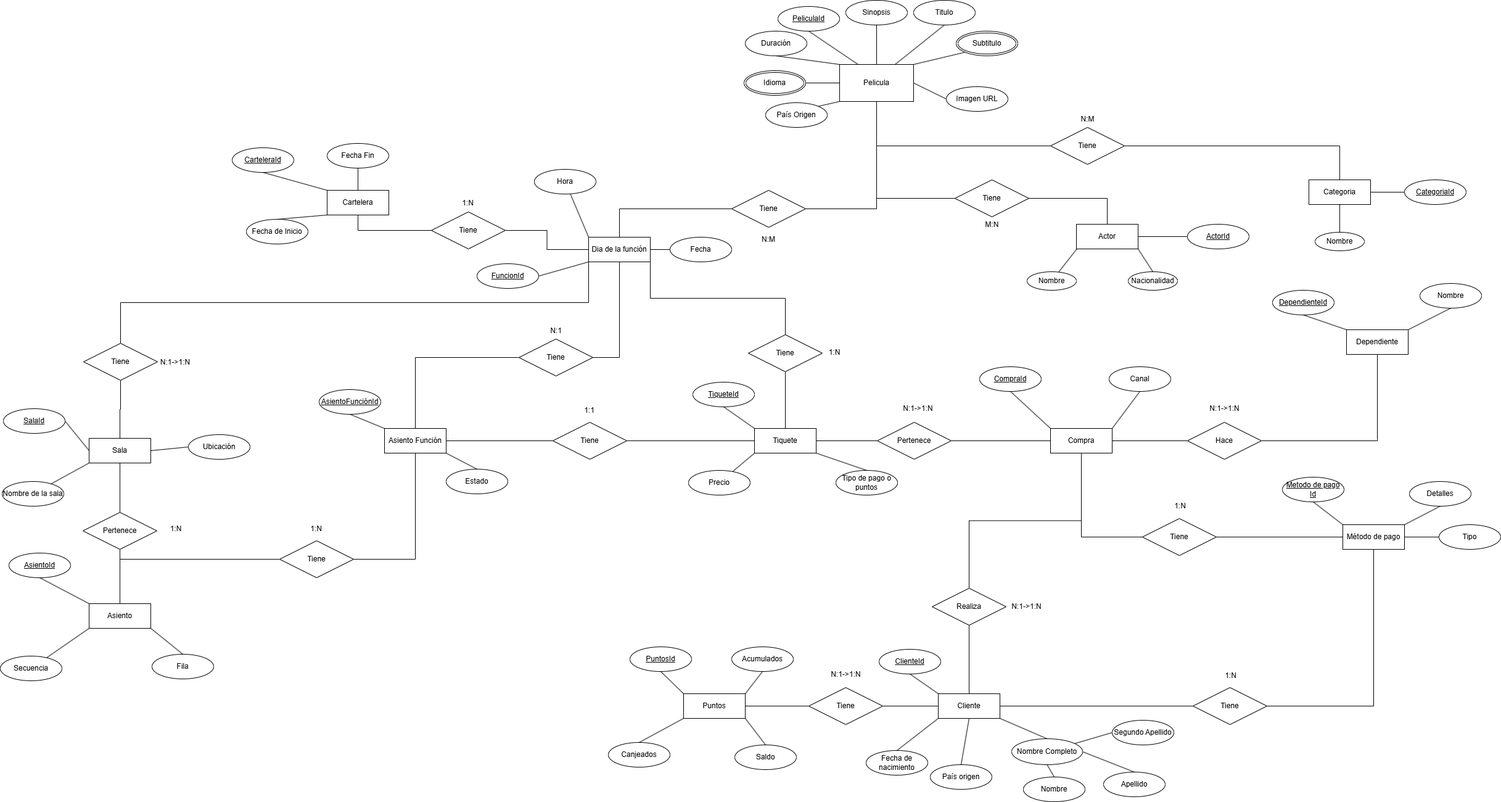
AxelCastilloZ/mi-cine-es-tu-cine keeps this draw.io diagram as docs/Modelo-ER.png.png. Above is the earlier version. Source tidied: cells renumbered, new cells last; positions are measured from the earlier drawing's top-left corner, leaving out a move shared by most shapes.
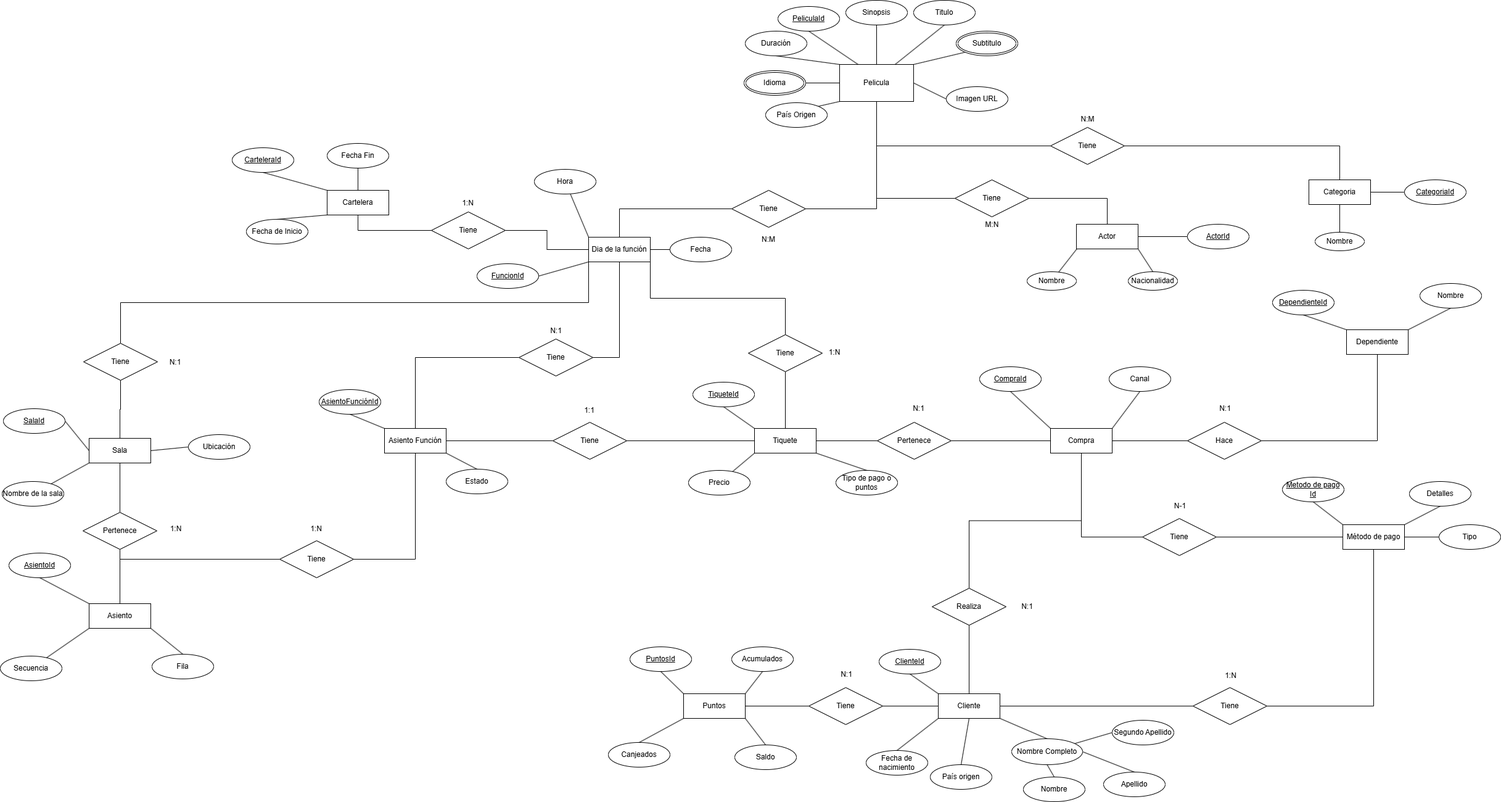
The same diagram one commit later.

Commit message:
correcion diagramas

The edit, as a diff of the source:
```diff
@@ -350,7 +350,7 @@
     <mxCell id="117" style="edgeStyle=none;rounded=0;jettySize=auto;html=1;entryX=0.5;entryY=1;entryDx=0;entryDy=0;endArrow=none;startFill=0;exitX=0.5;exitY=0;exitDx=0;exitDy=0;" parent="1" edge="1" source="106" target="67">
       <mxGeometry relative="1" as="geometry" />
     </mxCell>
-    <mxCell id="118" value="N:1-&amp;gt;1:N" style="text;html=1;align=center;verticalAlign=middle;whiteSpace=wrap;rounded=0;" parent="1" vertex="1">
+    <mxCell id="118" value="N:1" style="text;html=1;align=center;verticalAlign=middle;whiteSpace=wrap;rounded=0;" parent="1" vertex="1">
       <mxGeometry x="254" y="572" width="60" height="30" as="geometry" />
     </mxCell>
     <mxCell id="119" value="1:N" style="text;html=1;align=center;verticalAlign=middle;whiteSpace=wrap;rounded=0;" parent="1" vertex="1">
@@ -359,23 +359,23 @@
     <mxCell id="120" value="1:N" style="text;html=1;align=center;verticalAlign=middle;whiteSpace=wrap;rounded=0;" parent="1" vertex="1">
       <mxGeometry x="1323" y="556" width="60" height="30" as="geometry" />
     </mxCell>
-    <mxCell id="121" value="N:1-&amp;gt;1:N" style="text;html=1;align=center;verticalAlign=middle;strokeColor=none;fillColor=none;" parent="1" vertex="1">
-      <mxGeometry x="1455" y="649" width="66" height="26" as="geometry" />
+    <mxCell id="121" value="N:1" style="text;html=1;align=center;verticalAlign=middle;strokeColor=none;fillColor=none;" parent="1" vertex="1">
+      <mxGeometry x="1470" y="649" width="37" height="26" as="geometry" />
     </mxCell>
-    <mxCell id="122" value="N:1-&amp;gt;1:N" style="text;html=1;align=center;verticalAlign=middle;strokeColor=none;fillColor=none;" parent="1" vertex="1">
-      <mxGeometry x="1952" y="649" width="66" height="26" as="geometry" />
+    <mxCell id="122" value="N:1" style="text;html=1;align=center;verticalAlign=middle;strokeColor=none;fillColor=none;" parent="1" vertex="1">
+      <mxGeometry x="1967" y="649" width="37" height="26" as="geometry" />
     </mxCell>
-    <mxCell id="123" value="1:N" style="text;html=1;align=center;verticalAlign=middle;strokeColor=none;fillColor=none;" parent="1" vertex="1">
+    <mxCell id="123" value="N-1" style="text;html=1;align=center;verticalAlign=middle;strokeColor=none;fillColor=none;" parent="1" vertex="1">
       <mxGeometry x="1894" y="807" width="37" height="26" as="geometry" />
     </mxCell>
     <mxCell id="124" value="1:N" style="text;html=1;align=center;verticalAlign=middle;strokeColor=none;fillColor=none;" parent="1" vertex="1">
       <mxGeometry x="1976" y="1082" width="37" height="26" as="geometry" />
     </mxCell>
-    <mxCell id="125" value="N:1-&amp;gt;1:N" style="text;html=1;align=center;verticalAlign=middle;strokeColor=none;fillColor=none;rotation=0;" parent="1" vertex="1">
-      <mxGeometry x="1631" y="970" width="66" height="26" as="geometry" />
+    <mxCell id="125" value="N:1" style="text;html=1;align=center;verticalAlign=middle;strokeColor=none;fillColor=none;rotation=0;" parent="1" vertex="1">
+      <mxGeometry x="1646" y="970" width="37" height="26" as="geometry" />
     </mxCell>
-    <mxCell id="126" value="N:1-&amp;gt;1:N" style="text;html=1;align=center;verticalAlign=middle;strokeColor=none;fillColor=none;" parent="1" vertex="1">
-      <mxGeometry x="1338" y="1080" width="66" height="26" as="geometry" />
+    <mxCell id="126" value="N:1" style="text;html=1;align=center;verticalAlign=middle;strokeColor=none;fillColor=none;" parent="1" vertex="1">
+      <mxGeometry x="1353" y="1080" width="37" height="26" as="geometry" />
     </mxCell>
     <mxCell id="127" style="edgeStyle=none;html=1;entryX=0;entryY=0.5;entryDx=0;entryDy=0;endArrow=none;endFill=0;exitX=1;exitY=0.5;exitDx=0;exitDy=0;" parent="1" edge="1" source="137" target="141">
       <mxGeometry relative="1" as="geometry" />
```
